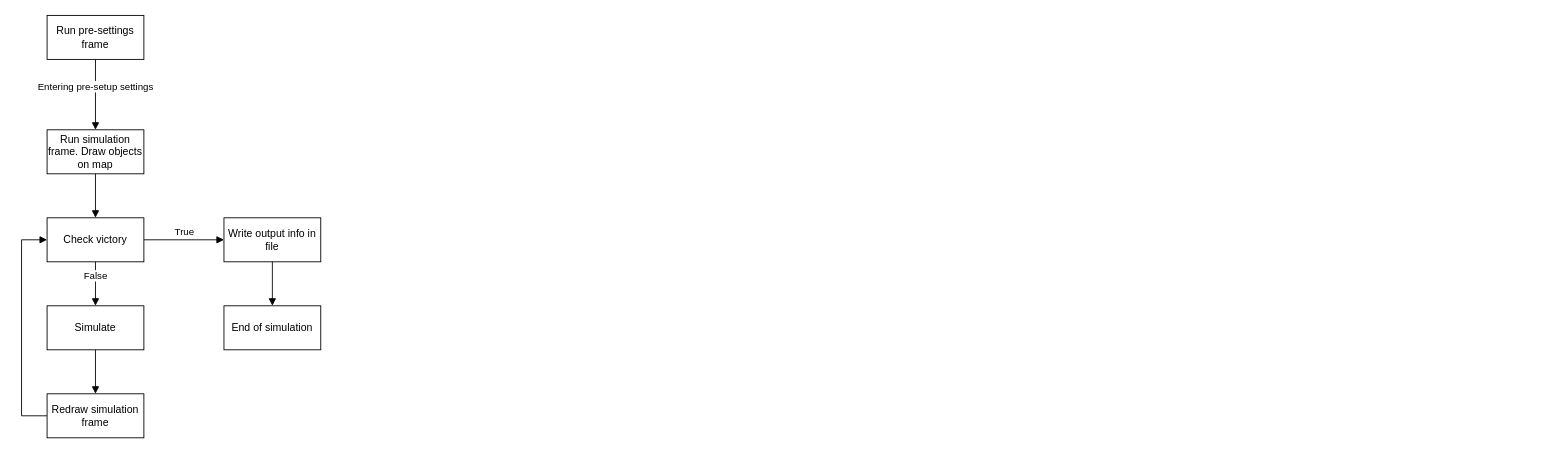
Above: LaSimulation_statemachinediagram.drawio.xml in Vasiluke06/LaSimulation (draw.io), before the change. Source tidied: cells renumbered, new cells numbered last; positions are measured from the earlier drawing's top-left corner, leaving out a move shared by most shapes. Both pictures are drawn from the tidied source at 88%, with x=0, y=0 at pixel (21, 15).
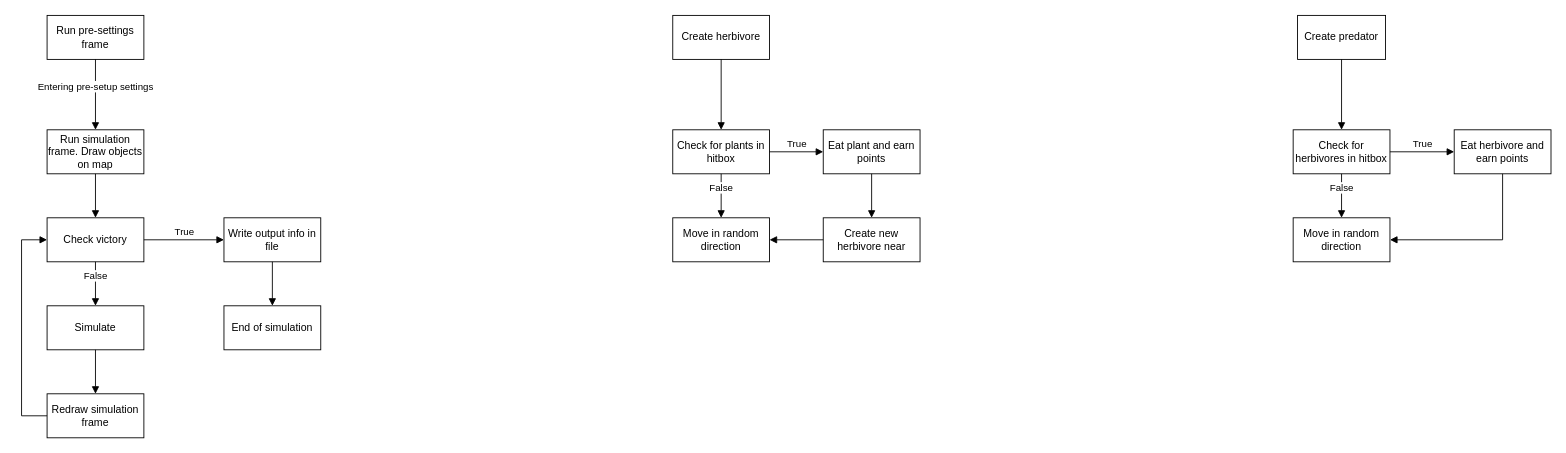
The same page after the edit.

What changed in the source:
```diff
@@
+    <mxCell id="16" value="Create herbivore" style="html=1;whiteSpace=wrap;" parent="1" vertex="1">
+      <mxGeometry x="740" width="110" height="50" as="geometry" />
+    </mxCell>
+    <mxCell id="17" style="html=1;verticalAlign=bottom;endArrow=block;curved=0;rounded=0;" parent="1" edge="1" source="16" target="18">
+      <mxGeometry relative="1" as="geometry" />
+    </mxCell>
+    <mxCell id="18" value="Check for plants in hitbox" style="html=1;whiteSpace=wrap;" parent="1" vertex="1">
+      <mxGeometry x="740" y="130" width="110" height="50" as="geometry" />
+    </mxCell>
+    <mxCell id="19" value="Move in random direction" style="html=1;whiteSpace=wrap;" parent="1" vertex="1">
+      <mxGeometry x="740" y="230" width="110" height="50" as="geometry" />
+    </mxCell>
+    <mxCell id="20" value="Eat plant and earn points" style="html=1;whiteSpace=wrap;" parent="1" vertex="1">
+      <mxGeometry x="911" y="130" width="110" height="50" as="geometry" />
+    </mxCell>
+    <mxCell id="21" value="Create new herbivore near" style="html=1;whiteSpace=wrap;" parent="1" vertex="1">
+      <mxGeometry x="911" y="230" width="110" height="50" as="geometry" />
+    </mxCell>
+    <mxCell id="22" value="True" style="html=1;verticalAlign=bottom;endArrow=block;curved=0;rounded=0;" parent="1" edge="1" source="18" target="20">
+      <mxGeometry relative="1" as="geometry" />
+    </mxCell>
+    <mxCell id="23" style="html=1;verticalAlign=bottom;endArrow=block;curved=0;rounded=0;" parent="1" edge="1" source="20" target="21">
+      <mxGeometry relative="1" as="geometry" />
+    </mxCell>
+    <mxCell id="24" value="False" style="html=1;verticalAlign=bottom;endArrow=block;curved=0;rounded=0;" parent="1" edge="1" source="18" target="19">
+      <mxGeometry relative="1" as="geometry" />
+    </mxCell>
+    <mxCell id="25" style="html=1;verticalAlign=bottom;endArrow=block;curved=0;rounded=0;" parent="1" edge="1" source="21" target="19">
+      <mxGeometry relative="1" as="geometry" />
+    </mxCell>
+    <mxCell id="26" value="Create predator" style="html=1;whiteSpace=wrap;" parent="1" vertex="1">
+      <mxGeometry x="1450" width="100" height="50" as="geometry" />
+    </mxCell>
+    <mxCell id="27" value="Check for herbivores in hitbox" style="html=1;whiteSpace=wrap;" parent="1" vertex="1">
+      <mxGeometry x="1445" y="130" width="110" height="50" as="geometry" />
+    </mxCell>
+    <mxCell id="28" style="html=1;verticalAlign=bottom;endArrow=block;curved=0;rounded=0;" parent="1" edge="1" source="26" target="27">
+      <mxGeometry relative="1" as="geometry" />
+    </mxCell>
+    <mxCell id="29" value="Eat herbivore and earn points" style="html=1;whiteSpace=wrap;" parent="1" vertex="1">
+      <mxGeometry x="1628" y="130" width="110" height="50" as="geometry" />
+    </mxCell>
+    <mxCell id="30" value="Move in random direction" style="html=1;whiteSpace=wrap;" parent="1" vertex="1">
+      <mxGeometry x="1445" y="230" width="110" height="50" as="geometry" />
+    </mxCell>
+    <mxCell id="31" value="False" style="html=1;verticalAlign=bottom;endArrow=block;curved=0;rounded=0;" parent="1" edge="1" source="27" target="30">
+      <mxGeometry relative="1" as="geometry" />
+    </mxCell>
+    <mxCell id="32" value="True" style="html=1;verticalAlign=bottom;endArrow=block;curved=0;rounded=0;" parent="1" edge="1" source="27" target="29">
+      <mxGeometry relative="1" as="geometry" />
+    </mxCell>
+    <mxCell id="33" style="html=1;verticalAlign=bottom;endArrow=block;curved=0;rounded=0;" parent="1" edge="1" source="29" target="30">
+      <mxGeometry relative="1" as="geometry">
+        <Array as="points">
+          <mxPoint x="1683" y="255" />
+        </Array>
+      </mxGeometry>
+    </mxCell>
```
